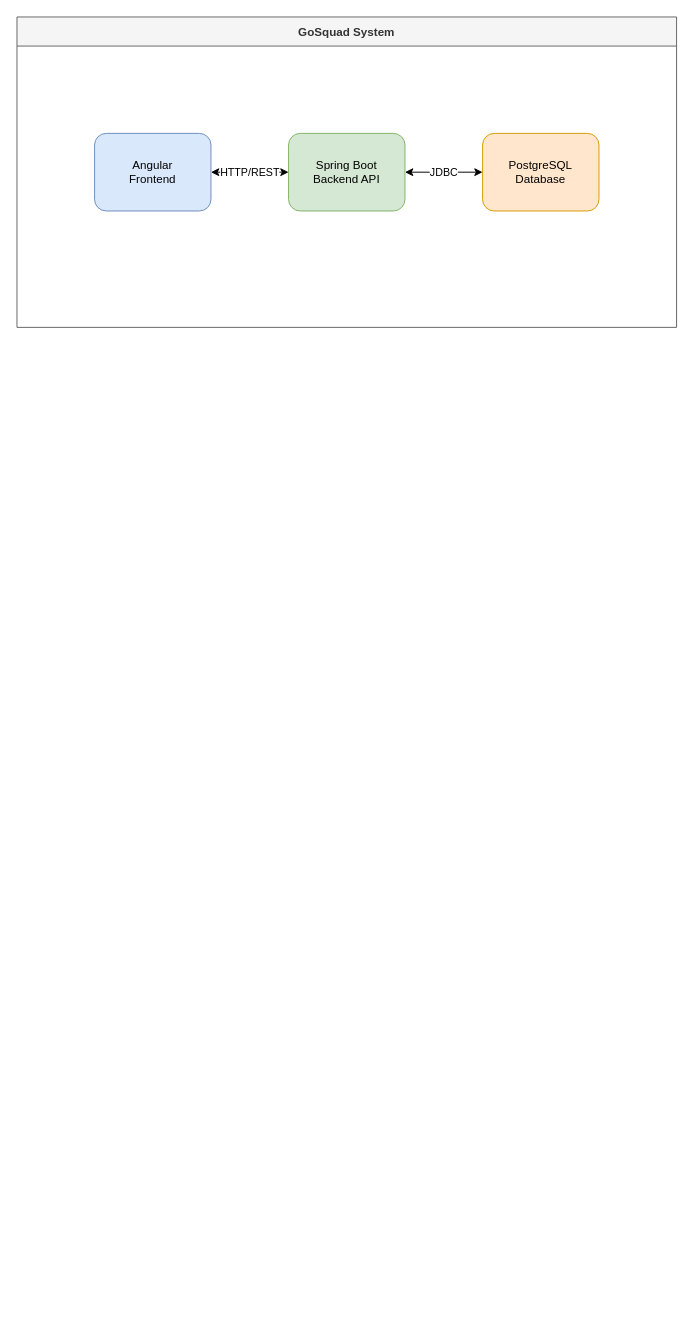
matteobelin/Projet-Annuel---GoSquad- keeps this draw.io diagram as diagrams/component-diagram.drawio. Above is the earlier version. Source tidied: cells renumbered, new cells numbered last; positions are measured from the earlier drawing's top-left corner, leaving out a move shared by most shapes. Both pictures are drawn from the tidied source at 97%, with x=0, y=0 at pixel (16, 16).
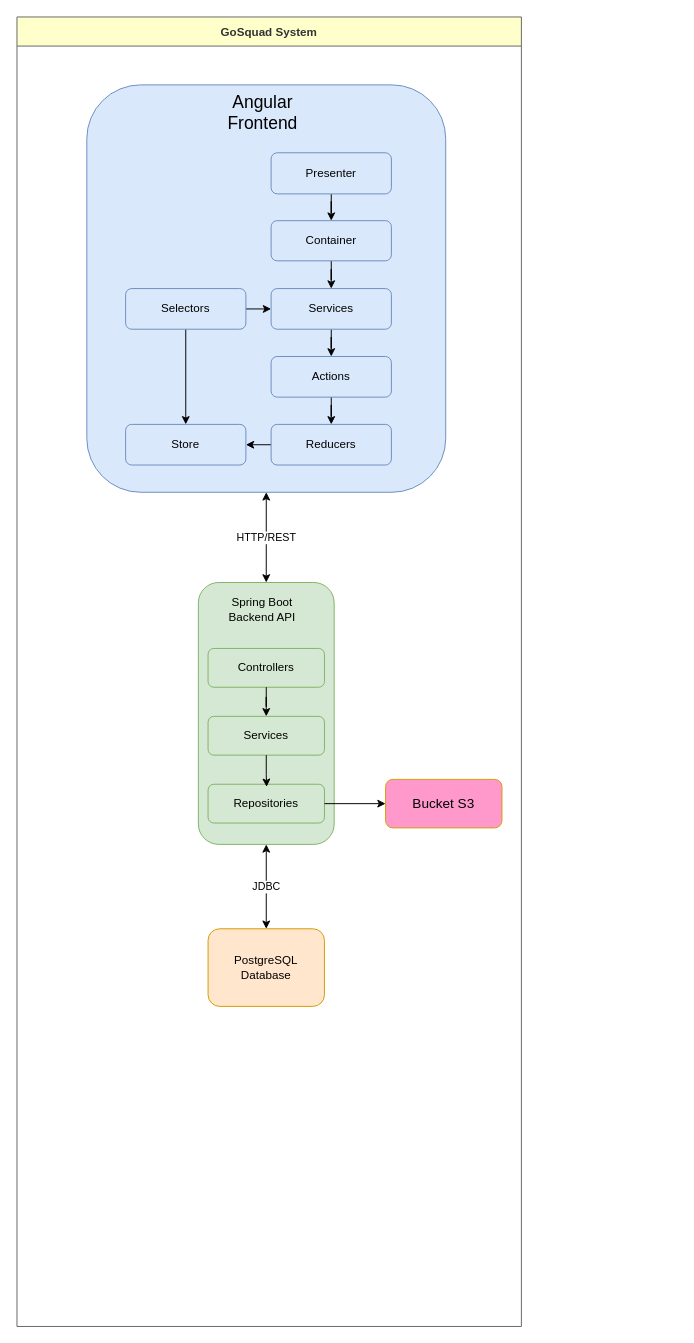
The same diagram, later.

The edit, as a diff of the source:
```diff
@@
-    <mxCell id="2" value="GoSquad System" style="swimlane;startSize=30;fillColor=#f5f5f5;strokeColor=#666666;fontColor=#333333;" parent="1" vertex="1">
-      <mxGeometry width="680" height="320" as="geometry" />
+    <mxCell id="2" value="GoSquad System" style="swimlane;startSize=30;fillColor=#FFFFCC;strokeColor=#666666;fontColor=#333333;" parent="1" vertex="1">
+      <mxGeometry width="520" height="1350" as="geometry" />
     </mxCell>
-    <mxCell id="3" value="Angular&#10;Frontend" style="rounded=1;whiteSpace=wrap;html=1;fillColor=#dae8fc;strokeColor=#6c8ebf;" parent="2" vertex="1">
-      <mxGeometry x="80" y="120" width="120" height="80" as="geometry" />
-    </mxCell>
-    <mxCell id="4" value="Spring Boot&#10;Backend API" style="rounded=1;whiteSpace=wrap;html=1;fillColor=#d5e8d4;strokeColor=#82b366;" parent="2" vertex="1">
-      <mxGeometry x="280" y="120" width="120" height="80" as="geometry" />
-    </mxCell>
     <mxCell id="5" value="PostgreSQL&#10;Database" style="rounded=1;whiteSpace=wrap;html=1;fillColor=#ffe6cc;strokeColor=#d79b00;" parent="2" vertex="1">
-      <mxGeometry x="480" y="120" width="120" height="80" as="geometry" />
+      <mxGeometry x="197" y="940" width="120" height="80" as="geometry" />
     </mxCell>
-    <mxCell id="6" value="HTTP/REST" style="endArrow=classic;startArrow=classic;html=1;entryX=0;entryY=0.5;entryDx=0;entryDy=0;exitX=1;exitY=0.5;exitDx=0;exitDy=0;" parent="2" edge="1" source="3" target="4">
+    <mxCell id="6" value="HTTP/REST" style="endArrow=classic;startArrow=classic;html=1;entryX=0.5;entryY=0;entryDx=0;entryDy=0;exitX=0.5;exitY=1;exitDx=0;exitDy=0;" parent="2" edge="1" source="3" target="4">
       <mxGeometry relative="1" as="geometry" />
     </mxCell>
-    <mxCell id="7" value="JDBC" style="endArrow=classic;startArrow=classic;html=1;entryX=0;entryY=0.5;entryDx=0;entryDy=0;exitX=1;exitY=0.5;exitDx=0;exitDy=0;" parent="2" edge="1" source="4" target="5">
+    <mxCell id="7" value="JDBC" style="endArrow=classic;startArrow=classic;html=1;entryX=0.5;entryY=0;entryDx=0;entryDy=0;exitX=0.5;exitY=1;exitDx=0;exitDy=0;" parent="2" edge="1" source="4" target="5">
       <mxGeometry relative="1" as="geometry" />
     </mxCell>
+    <mxCell id="8" style="group;" parent="2" vertex="1">
+      <mxGeometry x="162" y="70" width="280" height="420" as="geometry" />
+    </mxCell>
+    <mxCell id="3" style="rounded=1;whiteSpace=wrap;html=1;fillColor=#dae8fc;strokeColor=#6c8ebf;" parent="8" vertex="1">
+      <mxGeometry x="-90" width="370" height="420" as="geometry" />
+    </mxCell>
+    <mxCell id="9" value="&lt;font style=&quot;font-size: 18px;&quot;&gt;Angular&lt;br style=&quot;border-color: var(--border-color);&quot;&gt;Frontend&lt;/font&gt;" style="text;html=1;strokeColor=none;fillColor=none;align=center;verticalAlign=middle;whiteSpace=wrap;rounded=0;" parent="8" vertex="1">
+      <mxGeometry x="23" width="137" height="57.1" as="geometry" />
+    </mxCell>
+    <mxCell id="10" style="edgeStyle=orthogonalEdgeStyle;rounded=0;jettySize=auto;html=1;entryX=0.5;entryY=0;entryDx=0;entryDy=0;" parent="8" edge="1" source="11" target="13">
+      <mxGeometry relative="1" as="geometry" />
+    </mxCell>
+    <mxCell id="11" value="Presenter" style="rounded=1;whiteSpace=wrap;html=1;fillColor=#dae8fc;strokeColor=#6c8ebf;" parent="8" vertex="1">
+      <mxGeometry x="100" y="70" width="124" height="42.4" as="geometry" />
+    </mxCell>
+    <mxCell id="12" style="edgeStyle=orthogonalEdgeStyle;rounded=0;jettySize=auto;html=1;entryX=0.5;entryY=0;entryDx=0;entryDy=0;" parent="8" edge="1" source="13" target="15">
+      <mxGeometry relative="1" as="geometry" />
+    </mxCell>
+    <mxCell id="13" value="Container" style="rounded=1;whiteSpace=wrap;html=1;fillColor=#dae8fc;strokeColor=#6c8ebf;" parent="8" vertex="1">
+      <mxGeometry x="100" y="140" width="124" height="41.4" as="geometry" />
+    </mxCell>
+    <mxCell id="14" style="edgeStyle=orthogonalEdgeStyle;rounded=0;jettySize=auto;html=1;entryX=0.5;entryY=0;entryDx=0;entryDy=0;" parent="8" edge="1" source="15" target="19">
+      <mxGeometry relative="1" as="geometry" />
+    </mxCell>
+    <mxCell id="15" value="Services" style="rounded=1;whiteSpace=wrap;html=1;fillColor=#dae8fc;strokeColor=#6c8ebf;" parent="8" vertex="1">
+      <mxGeometry x="100" y="210" width="124" height="41.9" as="geometry" />
+    </mxCell>
+    <mxCell id="16" style="edgeStyle=orthogonalEdgeStyle;rounded=0;jettySize=auto;html=1;entryX=1;entryY=0.5;entryDx=0;entryDy=0;" parent="8" edge="1" source="17" target="20">
+      <mxGeometry relative="1" as="geometry" />
+    </mxCell>
+    <mxCell id="17" value="Reducers" style="rounded=1;whiteSpace=wrap;html=1;fillColor=#dae8fc;strokeColor=#6c8ebf;" parent="8" vertex="1">
+      <mxGeometry x="100" y="350" width="124" height="41.9" as="geometry" />
+    </mxCell>
+    <mxCell id="18" style="edgeStyle=orthogonalEdgeStyle;rounded=0;jettySize=auto;html=1;entryX=0.5;entryY=0;entryDx=0;entryDy=0;" parent="8" edge="1" source="19" target="17">
+      <mxGeometry relative="1" as="geometry" />
+    </mxCell>
+    <mxCell id="19" value="Actions" style="rounded=1;whiteSpace=wrap;html=1;fillColor=#dae8fc;strokeColor=#6c8ebf;" parent="8" vertex="1">
+      <mxGeometry x="100" y="280" width="124" height="41.9" as="geometry" />
+    </mxCell>
+    <mxCell id="20" value="Store" style="rounded=1;whiteSpace=wrap;html=1;fillColor=#dae8fc;strokeColor=#6c8ebf;" parent="8" vertex="1">
+      <mxGeometry x="-50" y="350" width="124" height="41.9" as="geometry" />
+    </mxCell>
+    <mxCell id="21" style="edgeStyle=orthogonalEdgeStyle;rounded=0;jettySize=auto;html=1;entryX=0;entryY=0.5;entryDx=0;entryDy=0;" parent="8" edge="1" source="23" target="15">
+      <mxGeometry relative="1" as="geometry" />
+    </mxCell>
+    <mxCell id="22" style="edgeStyle=orthogonalEdgeStyle;rounded=0;jettySize=auto;html=1;entryX=0.5;entryY=0;entryDx=0;entryDy=0;" parent="8" edge="1" source="23" target="20">
+      <mxGeometry relative="1" as="geometry" />
+    </mxCell>
+    <mxCell id="23" value="Selectors" style="rounded=1;whiteSpace=wrap;html=1;fillColor=#dae8fc;strokeColor=#6c8ebf;" parent="8" vertex="1">
+      <mxGeometry x="-50" y="210" width="124" height="41.9" as="geometry" />
+    </mxCell>
+    <mxCell id="24" style="group;" parent="2" vertex="1">
+      <mxGeometry x="187" y="583" width="140" height="270" as="geometry" />
+    </mxCell>
+    <mxCell id="4" style="rounded=1;whiteSpace=wrap;html=1;fillColor=#d5e8d4;strokeColor=#82b366;" parent="24" vertex="1">
+      <mxGeometry width="140" height="270" as="geometry" />
+    </mxCell>
+    <mxCell id="25" style="group;" parent="24" vertex="1">
+      <mxGeometry x="10" y="13" width="120" height="235" as="geometry" />
+    </mxCell>
+    <mxCell id="26" value="Spring Boot&lt;br style=&quot;border-color: var(--border-color);&quot;&gt;Backend API" style="text;html=1;strokeColor=none;fillColor=none;align=center;verticalAlign=middle;whiteSpace=wrap;rounded=0;" parent="25" vertex="1">
+      <mxGeometry x="16" width="80" height="30" as="geometry" />
+    </mxCell>
+    <mxCell id="27" value="Controllers" style="rounded=1;whiteSpace=wrap;html=1;fillColor=#d5e8d4;strokeColor=#82b366;" parent="25" vertex="1">
+      <mxGeometry y="55" width="120" height="40" as="geometry" />
+    </mxCell>
+    <mxCell id="28" value="Services" style="rounded=1;whiteSpace=wrap;html=1;fillColor=#d5e8d4;strokeColor=#82b366;" parent="25" vertex="1">
+      <mxGeometry y="125" width="120" height="40" as="geometry" />
+    </mxCell>
+    <mxCell id="29" style="edgeStyle=orthogonalEdgeStyle;rounded=0;jettySize=auto;html=1;entryX=0.5;entryY=0;entryDx=0;entryDy=0;" parent="25" edge="1" source="27" target="28">
+      <mxGeometry relative="1" as="geometry" />
+    </mxCell>
+    <mxCell id="30" value="Repositories" style="rounded=1;whiteSpace=wrap;html=1;fillColor=#d5e8d4;strokeColor=#82b366;" parent="25" vertex="1">
+      <mxGeometry y="195" width="120" height="40" as="geometry" />
+    </mxCell>
+    <mxCell id="31" style="edgeStyle=orthogonalEdgeStyle;rounded=0;jettySize=auto;html=1;entryX=0.503;entryY=0.067;entryDx=0;entryDy=0;entryPerimeter=0;" parent="25" edge="1" source="28" target="30">
+      <mxGeometry relative="1" as="geometry" />
+    </mxCell>
+    <mxCell id="32" style="edgeStyle=orthogonalEdgeStyle;rounded=0;orthogonalLoop=1;jettySize=auto;html=1;exitX=0.5;exitY=1;exitDx=0;exitDy=0;" parent="24" edge="1" source="4" target="4">
+      <mxGeometry relative="1" as="geometry" />
+    </mxCell>
+    <mxCell id="33" value="&lt;font style=&quot;font-size: 14px;&quot;&gt;Bucket S3&lt;/font&gt;" style="rounded=1;whiteSpace=wrap;html=1;fillColor=#FF99CC;strokeColor=#d79b00;" parent="2" vertex="1">
+      <mxGeometry x="380" y="786" width="120" height="50" as="geometry" />
+    </mxCell>
+    <mxCell id="34" style="edgeStyle=orthogonalEdgeStyle;rounded=0;jettySize=auto;html=1;entryX=0;entryY=0.5;entryDx=0;entryDy=0;" parent="2" edge="1" source="30" target="33">
+      <mxGeometry relative="1" as="geometry" />
+    </mxCell>
```
